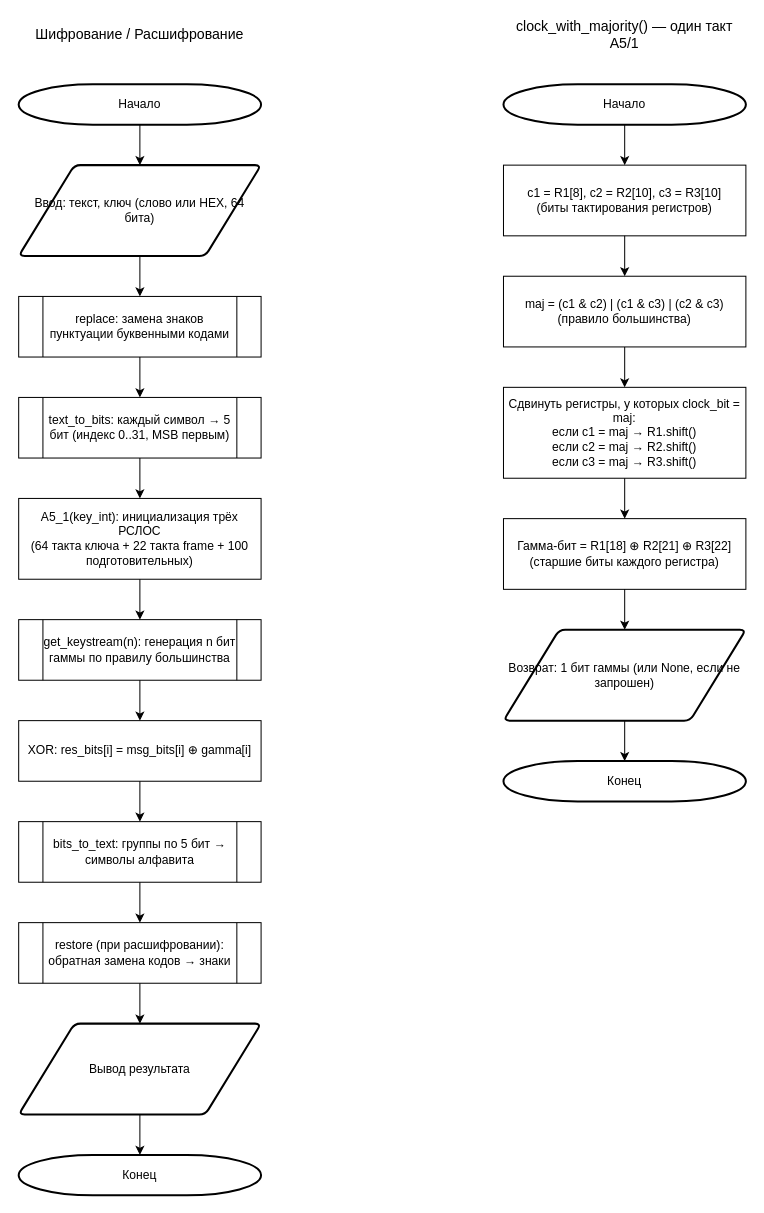
This is a51_diagram.drawio from Laincetta/mospolytech-cryptography, a draw.io file, before an edit. Source tidied: cells renumbered, new cells numbered last; positions are measured from the earlier drawing's top-left corner, leaving out a move shared by most shapes. Both pictures are drawn from the tidied source at 101%, with x=0, y=0 at pixel (18, 24).
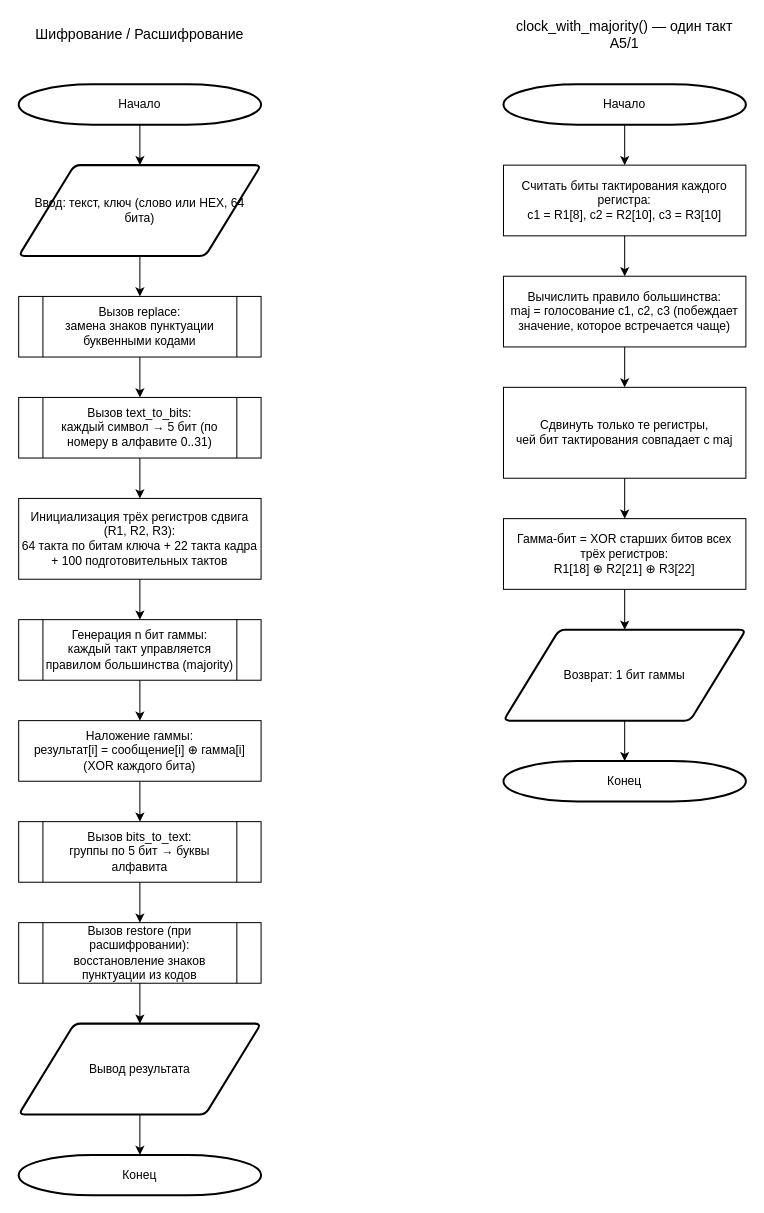
Above is the later version.

The edit, as a diff of the source:
```diff
@@
-    <mxCell id="5" value="replace: замена знаков пунктуации буквенными кодами" style="shape=process;whiteSpace=wrap;html=1;backgroundOutline=1;" parent="1" vertex="1">
+    <mxCell id="5" value="Вызов replace:&#10;замена знаков пунктуации буквенными кодами" style="shape=process;whiteSpace=wrap;html=1;backgroundOutline=1;" parent="1" vertex="1">
       <mxGeometry y="269" width="240" height="60" as="geometry" />
     </mxCell>
-    <mxCell id="6" value="text_to_bits: каждый символ → 5 бит (индекс 0..31, MSB первым)" style="shape=process;whiteSpace=wrap;html=1;backgroundOutline=1;" parent="1" vertex="1">
+    <mxCell id="6" value="Вызов text_to_bits:&#10;каждый символ → 5 бит (по номеру в алфавите 0..31)" style="shape=process;whiteSpace=wrap;html=1;backgroundOutline=1;" parent="1" vertex="1">
       <mxGeometry y="369" width="240" height="60" as="geometry" />
     </mxCell>
-    <mxCell id="7" value="A5_1(key_int): инициализация трёх РСЛОС&#10;(64 такта ключа + 22 такта frame + 100 подготовительных)" style="rounded=0;whiteSpace=wrap;html=1;" parent="1" vertex="1">
+    <mxCell id="7" value="Инициализация трёх регистров сдвига (R1, R2, R3):&#10;64 такта по битам ключа + 22 такта кадра&#10;+ 100 подготовительных тактов" style="rounded=0;whiteSpace=wrap;html=1;" parent="1" vertex="1">
       <mxGeometry y="469" width="240" height="80" as="geometry" />
     </mxCell>
-    <mxCell id="8" value="get_keystream(n): генерация n бит гаммы по правилу большинства" style="shape=process;whiteSpace=wrap;html=1;backgroundOutline=1;" parent="1" vertex="1">
+    <mxCell id="8" value="Генерация n бит гаммы:&#10;каждый такт управляется правилом большинства (majority)" style="shape=process;whiteSpace=wrap;html=1;backgroundOutline=1;" parent="1" vertex="1">
       <mxGeometry y="589" width="240" height="60" as="geometry" />
     </mxCell>
-    <mxCell id="9" value="XOR: res_bits[i] = msg_bits[i] ⊕ gamma[i]" style="rounded=0;whiteSpace=wrap;html=1;" parent="1" vertex="1">
+    <mxCell id="9" value="Наложение гаммы:&#10;результат[i] = сообщение[i] ⊕ гамма[i]&#10;(XOR каждого бита)" style="rounded=0;whiteSpace=wrap;html=1;" parent="1" vertex="1">
       <mxGeometry y="689" width="240" height="60" as="geometry" />
     </mxCell>
-    <mxCell id="10" value="bits_to_text: группы по 5 бит → символы алфавита" style="shape=process;whiteSpace=wrap;html=1;backgroundOutline=1;" parent="1" vertex="1">
+    <mxCell id="10" value="Вызов bits_to_text:&#10;группы по 5 бит → буквы алфавита" style="shape=process;whiteSpace=wrap;html=1;backgroundOutline=1;" parent="1" vertex="1">
       <mxGeometry y="789" width="240" height="60" as="geometry" />
     </mxCell>
-    <mxCell id="11" value="restore (при расшифровании): обратная замена кодов → знаки" style="shape=process;whiteSpace=wrap;html=1;backgroundOutline=1;" parent="1" vertex="1">
+    <mxCell id="11" value="Вызов restore (при расшифровании):&#10;восстановление знаков пунктуации из кодов" style="shape=process;whiteSpace=wrap;html=1;backgroundOutline=1;" parent="1" vertex="1">
       <mxGeometry y="889" width="240" height="60" as="geometry" />
     </mxCell>
@@
-    <mxCell id="26" value="c1 = R1[8], c2 = R2[10], c3 = R3[10]&#10;(биты тактирования регистров)" style="rounded=0;whiteSpace=wrap;html=1;" parent="1" vertex="1">
+    <mxCell id="26" value="Считать биты тактирования каждого регистра:&#10;c1 = R1[8],  c2 = R2[10],  c3 = R3[10]" style="rounded=0;whiteSpace=wrap;html=1;" parent="1" vertex="1">
       <mxGeometry x="480" y="139" width="240" height="70" as="geometry" />
     </mxCell>
-    <mxCell id="27" value="maj = (c1 &amp; c2) | (c1 &amp; c3) | (c2 &amp; c3)&#10;(правило большинства)" style="rounded=0;whiteSpace=wrap;html=1;" parent="1" vertex="1">
+    <mxCell id="27" value="Вычислить правило большинства:&#10;maj = голосование c1, c2, c3 (побеждает значение, которое встречается чаще)" style="rounded=0;whiteSpace=wrap;html=1;" parent="1" vertex="1">
       <mxGeometry x="480" y="249" width="240" height="70" as="geometry" />
     </mxCell>
-    <mxCell id="28" value="Сдвинуть регистры, у которых clock_bit = maj:&#10;если c1 = maj → R1.shift()&#10;если c2 = maj → R2.shift()&#10;если c3 = maj → R3.shift()" style="rounded=0;whiteSpace=wrap;html=1;" parent="1" vertex="1">
+    <mxCell id="28" value="Сдвинуть только те регистры,&#10;чей бит тактирования совпадает с maj" style="rounded=0;whiteSpace=wrap;html=1;" parent="1" vertex="1">
       <mxGeometry x="480" y="359" width="240" height="90" as="geometry" />
     </mxCell>
-    <mxCell id="29" value="Гамма-бит = R1[18] ⊕ R2[21] ⊕ R3[22]&#10;(старшие биты каждого регистра)" style="rounded=0;whiteSpace=wrap;html=1;" parent="1" vertex="1">
+    <mxCell id="29" value="Гамма-бит = XOR старших битов всех трёх регистров:&#10;R1[18] ⊕ R2[21] ⊕ R3[22]" style="rounded=0;whiteSpace=wrap;html=1;" parent="1" vertex="1">
       <mxGeometry x="480" y="489" width="240" height="70" as="geometry" />
     </mxCell>
-    <mxCell id="30" value="Возврат: 1 бит гаммы (или None, если не запрошен)" style="shape=parallelogram;html=1;strokeWidth=2;perimeter=parallelogramPerimeter;whiteSpace=wrap;rounded=1;arcSize=12;size=0.23;" parent="1" vertex="1">
+    <mxCell id="30" value="Возврат: 1 бит гаммы" style="shape=parallelogram;html=1;strokeWidth=2;perimeter=parallelogramPerimeter;whiteSpace=wrap;rounded=1;arcSize=12;size=0.23;" parent="1" vertex="1">
       <mxGeometry x="480" y="599" width="240" height="90" as="geometry" />
     </mxCell>
```
